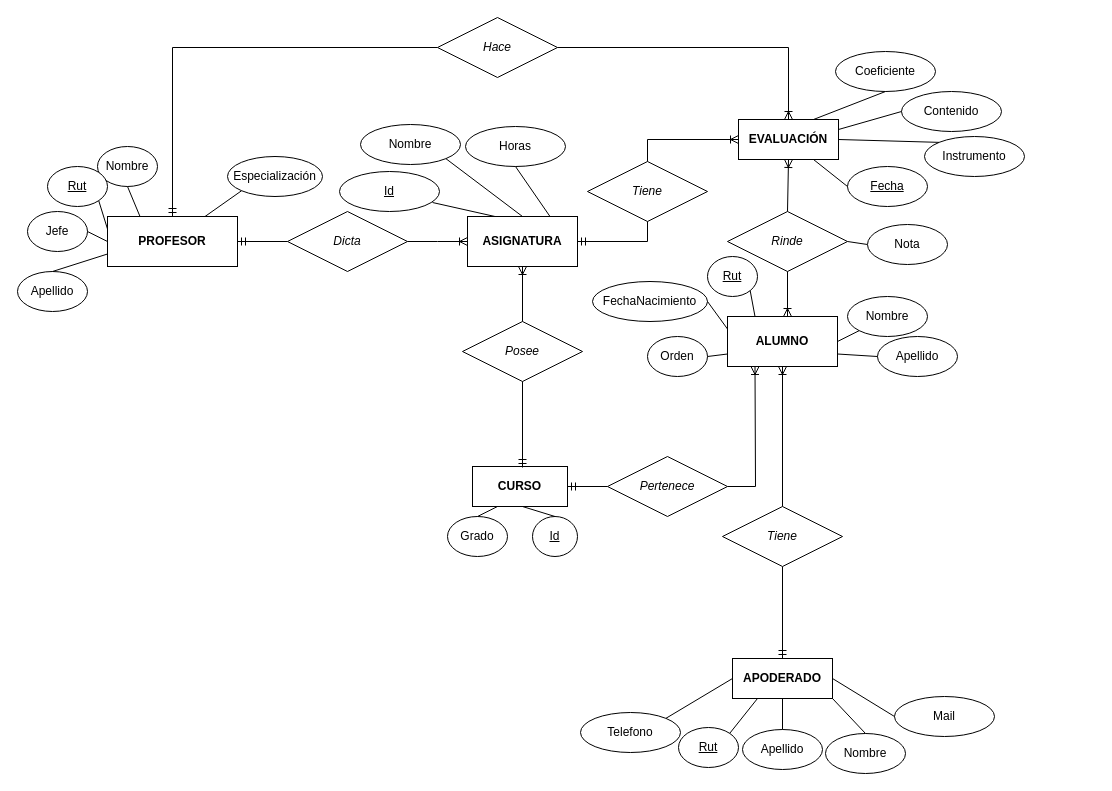
Javierlq/proyectoBD keeps this draw.io diagram as Mer colegio modificado 2.drawio. Above is the earlier version. Source tidied: cells renumbered, new cells numbered last; positions are measured from the earlier drawing's top-left corner, leaving out a move shared by most shapes. Both pictures are drawn from the tidied source at 100%, with x=0, y=0 at pixel (17, 17).
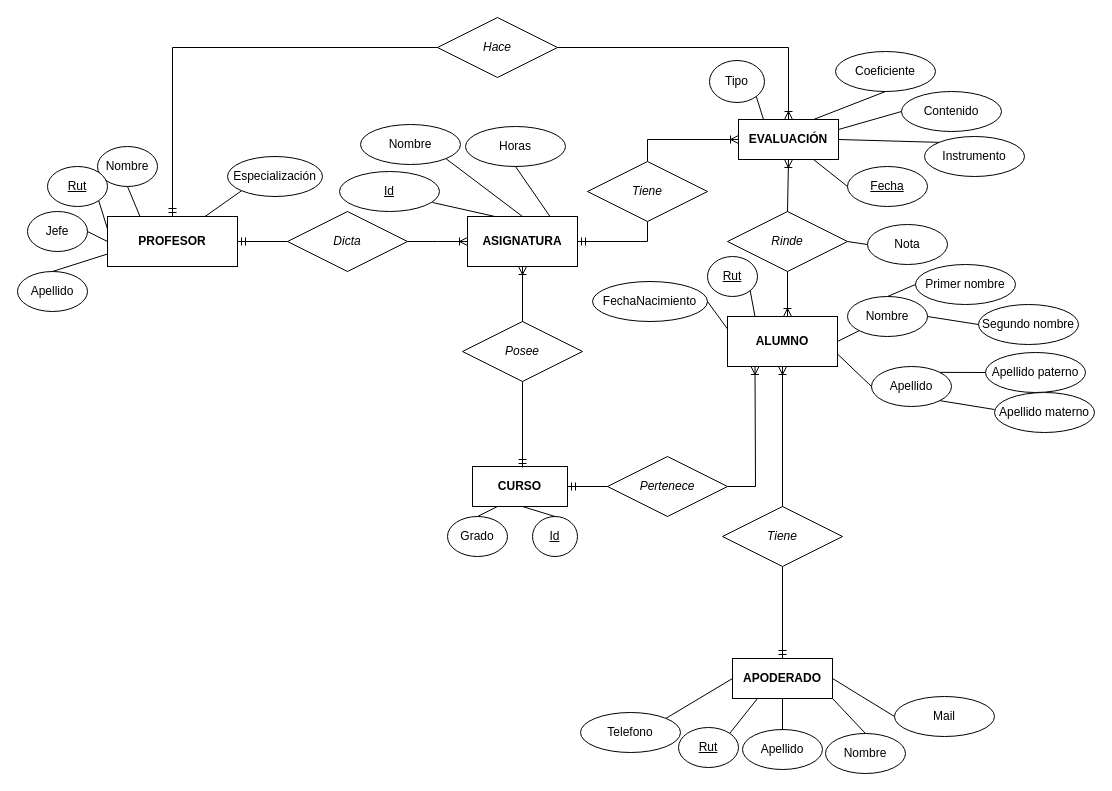
The same diagram, later.

Unchanged cells that the change refers to:
```xml
<mxCell id="22" value="Nombre" style="ellipse;whiteSpace=wrap;html=1;align=center;" parent="1" vertex="1">
  <mxGeometry x="830" y="279" width="80" height="40" as="geometry" />
</mxCell>
<mxCell id="50" value="&lt;b&gt;ALUMNO&lt;/b&gt;" style="whiteSpace=wrap;html=1;align=center;" parent="1" vertex="1">
  <mxGeometry x="710" y="299" width="110" height="50" as="geometry" />
</mxCell>
<mxCell id="51" value="&lt;b&gt;EVALUACIÓN&lt;/b&gt;" style="whiteSpace=wrap;html=1;align=center;" parent="1" vertex="1">
  <mxGeometry x="721" y="102" width="100" height="40" as="geometry" />
</mxCell>
```

Change to the diagram source:
```diff
@@
     <mxCell id="23" value="Apellido" style="ellipse;whiteSpace=wrap;html=1;align=center;" parent="1" vertex="1">
-      <mxGeometry x="860" y="319" width="80" height="40" as="geometry" />
+      <mxGeometry x="854" y="349" width="80" height="40" as="geometry" />
     </mxCell>
@@
-    <mxCell id="54" value="Orden" style="ellipse;whiteSpace=wrap;html=1;align=center;" parent="1" vertex="1">
-      <mxGeometry x="630" y="319" width="60" height="40" as="geometry" />
-    </mxCell>
-    <mxCell id="55" style="endArrow=none;html=1;rounded=0;exitX=0;exitY=0.75;exitDx=0;exitDy=0;entryX=1;entryY=0.5;entryDx=0;entryDy=0;" parent="1" edge="1" source="50" target="54">
-      <mxGeometry relative="1" as="geometry" />
-    </mxCell>
@@
+    <mxCell id="79" value="Apellido materno" style="ellipse;whiteSpace=wrap;html=1;align=center;" parent="1" vertex="1">
+      <mxGeometry x="977" y="375" width="100" height="40" as="geometry" />
+    </mxCell>
+    <mxCell id="80" value="Apellido paterno" style="ellipse;whiteSpace=wrap;html=1;align=center;" parent="1" vertex="1">
+      <mxGeometry x="968" y="335" width="100" height="40" as="geometry" />
+    </mxCell>
+    <mxCell id="81" value="Segundo nombre" style="ellipse;whiteSpace=wrap;html=1;align=center;" parent="1" vertex="1">
+      <mxGeometry x="961" y="287" width="100" height="40" as="geometry" />
+    </mxCell>
+    <mxCell id="82" value="Primer nombre" style="ellipse;whiteSpace=wrap;html=1;align=center;" parent="1" vertex="1">
+      <mxGeometry x="898" y="247" width="100" height="40" as="geometry" />
+    </mxCell>
+    <mxCell id="83" style="endArrow=none;html=1;rounded=0;entryX=0;entryY=0.5;entryDx=0;entryDy=0;exitX=1;exitY=0.5;exitDx=0;exitDy=0;" parent="1" edge="1" source="22" target="81">
+      <mxGeometry relative="1" as="geometry" />
+    </mxCell>
+    <mxCell id="84" style="endArrow=none;html=1;rounded=0;entryX=0;entryY=0.5;entryDx=0;entryDy=0;exitX=0.5;exitY=0;exitDx=0;exitDy=0;" parent="1" edge="1" source="22" target="82">
+      <mxGeometry relative="1" as="geometry" />
+    </mxCell>
+    <mxCell id="85" style="endArrow=none;html=1;rounded=0;entryX=0;entryY=0.425;entryDx=0;entryDy=0;entryPerimeter=0;exitX=1;exitY=1;exitDx=0;exitDy=0;" parent="1" edge="1" source="23" target="79">
+      <mxGeometry relative="1" as="geometry" />
+    </mxCell>
+    <mxCell id="86" style="endArrow=none;html=1;rounded=0;entryX=0;entryY=0.5;entryDx=0;entryDy=0;exitX=1;exitY=0;exitDx=0;exitDy=0;" parent="1" edge="1" source="23" target="80">
+      <mxGeometry relative="1" as="geometry" />
+    </mxCell>
+    <mxCell id="87" value="Tipo" style="ellipse;whiteSpace=wrap;html=1;align=center;" parent="1" vertex="1">
+      <mxGeometry x="692" y="43" width="55" height="42" as="geometry" />
+    </mxCell>
+    <mxCell id="88" style="endArrow=none;html=1;rounded=0;entryX=1;entryY=1;entryDx=0;entryDy=0;exitX=0.25;exitY=0;exitDx=0;exitDy=0;" parent="1" edge="1" source="51" target="87">
+      <mxGeometry relative="1" as="geometry" />
+    </mxCell>
```
